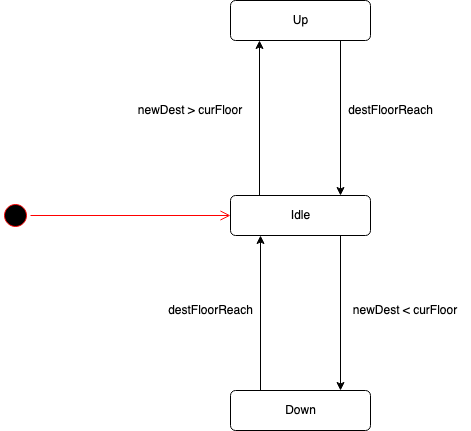
Earlier version of the draw.io export StateMachine_ Elevator.png (JustinWhalley-Carleton/SYSC3303-Project). Source tidied: cells renumbered, new cells last; positions are measured from the earlier drawing's top-left corner, leaving out a move shared by most shapes.
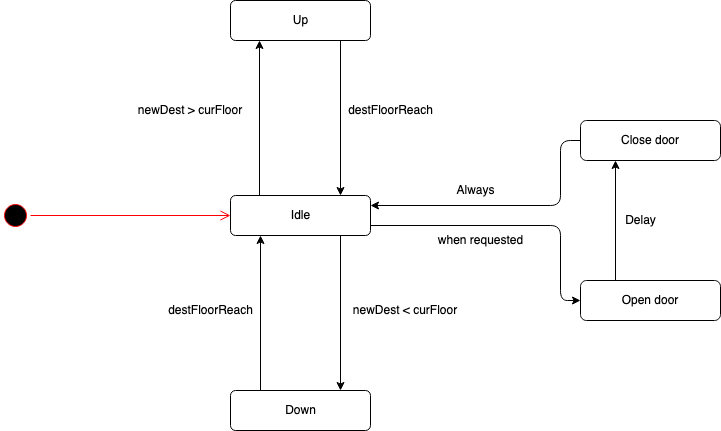
The same file after the commit.

Commit message:
Updated UML_Class and StateMachine_ Elevator for iteration#3

The edit, as a diff of the source:
```diff
@@ -53,5 +53,39 @@
         <mxPoint x="259" y="40" as="targetPoint" />
       </mxGeometry>
     </mxCell>
+    <mxCell id="15" value="Open door" style="rounded=1;whiteSpace=wrap;html=1;" parent="1" vertex="1">
+      <mxGeometry x="580" y="280" width="140" height="40" as="geometry" />
+    </mxCell>
+    <mxCell id="16" value="Close door" style="rounded=1;whiteSpace=wrap;html=1;" parent="1" vertex="1">
+      <mxGeometry x="580" y="120" width="140" height="40" as="geometry" />
+    </mxCell>
+    <mxCell id="17" style="endArrow=classic;startArrow=none;html=1;exitX=0.25;exitY=0;exitDx=0;exitDy=0;startFill=0;entryX=0.25;entryY=1;entryDx=0;entryDy=0;" parent="1" edge="1" source="15" target="16">
+      <mxGeometry relative="1" as="geometry" />
+    </mxCell>
+    <mxCell id="18" value="Delay" style="text;html=1;align=center;verticalAlign=middle;" parent="1" vertex="1">
+      <mxGeometry x="615" y="210" width="50" height="20" as="geometry" />
+    </mxCell>
+    <mxCell id="19" style="endArrow=classic;html=1;entryX=1;entryY=0.25;entryDx=0;entryDy=0;exitX=0;exitY=0.5;exitDx=0;exitDy=0;" parent="1" edge="1" source="16" target="2">
+      <mxGeometry relative="1" as="geometry">
+        <Array as="points">
+          <mxPoint x="560" y="140" />
+          <mxPoint x="560" y="205" />
+        </Array>
+      </mxGeometry>
+    </mxCell>
+    <mxCell id="20" style="endArrow=classic;html=1;exitX=1;exitY=0.75;exitDx=0;exitDy=0;entryX=0;entryY=0.5;entryDx=0;entryDy=0;" parent="1" edge="1" source="2" target="15">
+      <mxGeometry relative="1" as="geometry">
+        <Array as="points">
+          <mxPoint x="560" y="225" />
+          <mxPoint x="560" y="300" />
+        </Array>
+      </mxGeometry>
+    </mxCell>
+    <mxCell id="21" value="Always" style="text;html=1;align=center;verticalAlign=middle;" parent="1" vertex="1">
+      <mxGeometry x="450" y="180" width="50" height="20" as="geometry" />
+    </mxCell>
+    <mxCell id="22" value="when requested" style="text;html=1;align=center;verticalAlign=middle;" parent="1" vertex="1">
+      <mxGeometry x="430" y="230" width="100" height="20" as="geometry" />
+    </mxCell>
   </root>
 </mxGraphModel>
```
